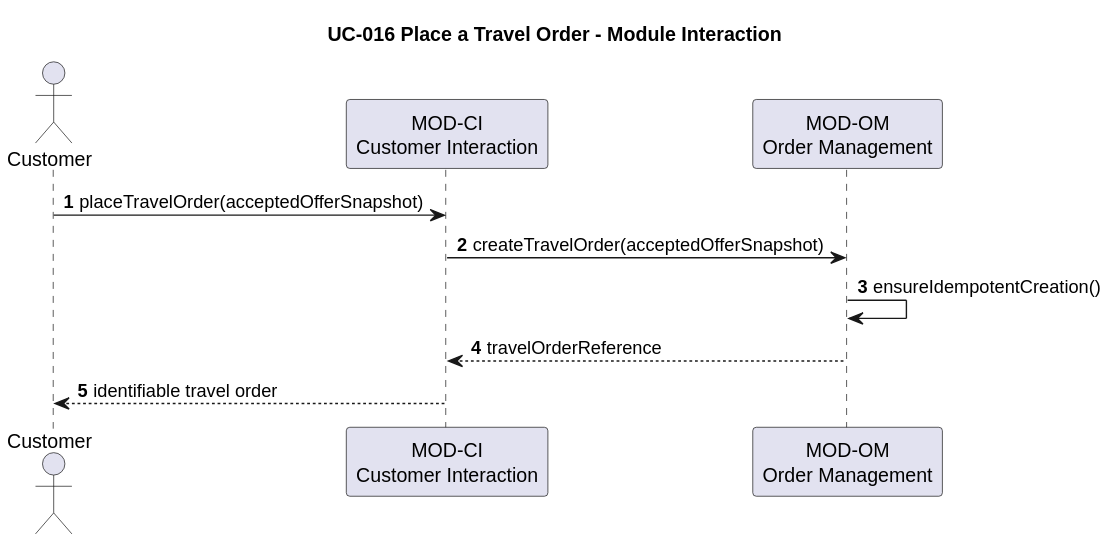
The PlantUML diagram docs/architecture/software-architecture/uc-016-place-travel-order.svg in hochschule-darmstadt/a3se_app, before a commit.
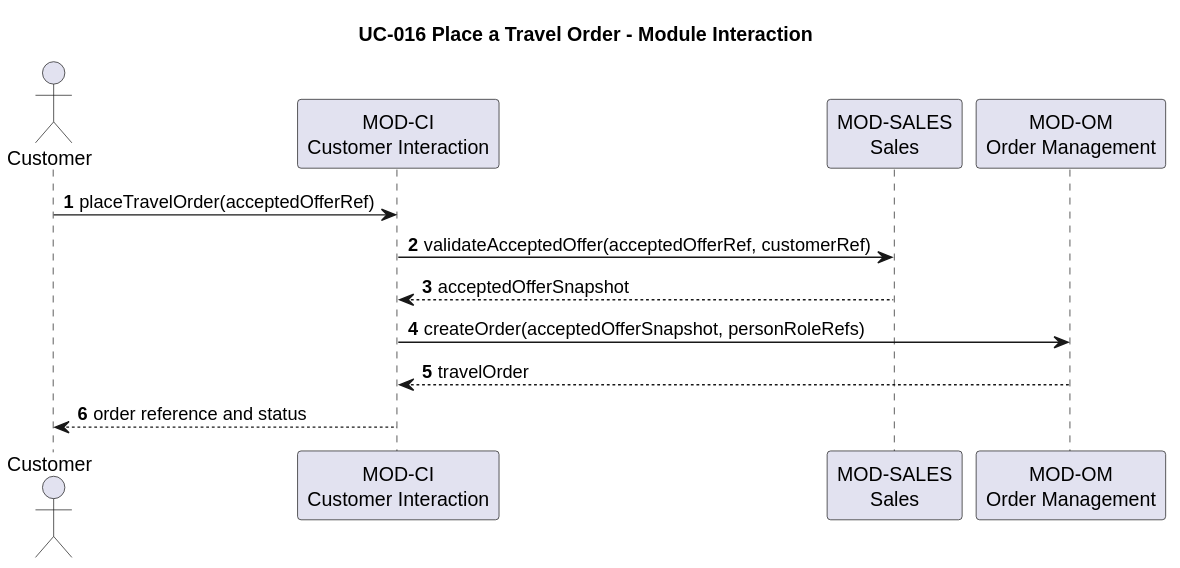
After the change.

Change to the diagram source:
```diff
@@ -3,11 +3,13 @@
 autonumber
 actor Customer
 participant "MOD-CI\nCustomer Interaction" as CI
+participant "MOD-SALES\nSales" as SALES
 participant "MOD-OM\nOrder Management" as OM
 
-Customer -> CI: placeTravelOrder(acceptedOfferSnapshot)
-CI -> OM: createTravelOrder(acceptedOfferSnapshot)
-OM -> OM: ensureIdempotentCreation()
-OM --> CI: travelOrderReference
-CI --> Customer: identifiable travel order
+Customer -> CI: placeTravelOrder(acceptedOfferRef)
+CI -> SALES: validateAcceptedOffer(acceptedOfferRef, customerRef)
+SALES --> CI: acceptedOfferSnapshot
+CI -> OM: createOrder(acceptedOfferSnapshot, personRoleRefs)
+OM --> CI: travelOrder
+CI --> Customer: order reference and status
 @enduml
```
